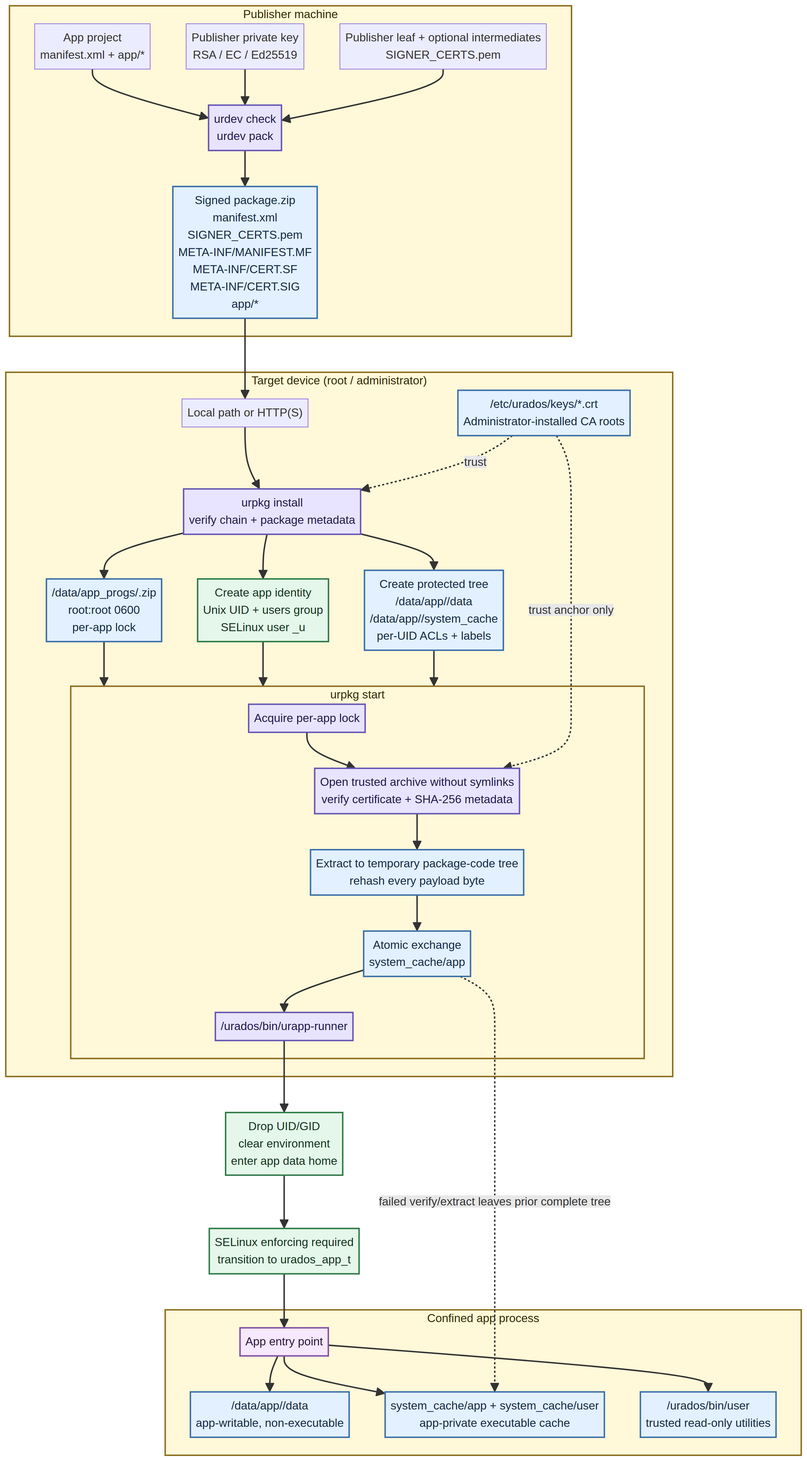
project-urados/Urados keeps this Mermaid diagram as docs/images/flow.png. Above is the earlier version. Its source is kept beside it as docs/images/flow.mmd. The source it was exported from:
```mermaid
flowchart TB
    subgraph PUB[Publisher machine]
        direction TB
        SRC["App project\nmanifest.xml + app/*"]
        KEY["Publisher private key\nRSA / EC / Ed25519"]
        CERT["Publisher leaf + optional intermediates\nSIGNER_CERTS.pem"]
        DEV["urdev check\nurdev pack"]
        ZIP["Signed package.zip\nmanifest.xml\nSIGNER_CERTS.pem\nMETA-INF/MANIFEST.MF\nMETA-INF/CERT.SF\nMETA-INF/CERT.SIG\napp/*"]
        SRC --> DEV
        KEY --> DEV
        CERT --> DEV
        DEV --> ZIP
    end

    NET["Local path or HTTP(S)"]
    ZIP --> NET

    subgraph DEVICE["Target device (root / administrator)"]
        direction TB
        ROOTS["/etc/urados/keys/*.crt\nAdministrator-installed CA roots"]
        INSTALL["urpkg install\nverify chain + package metadata"]
        TRUST["/data/app_progs/<name>.zip\nroot:root 0600\nper-app lock"]
        ID["Create app identity\nUnix UID + users group"]
        TREE["Create protected tree\n/data/app/<name>/data\n/data/app/<name>/system_cache\nper-UID ACLs + labels"]
        NET --> INSTALL
        ROOTS -. trust .-> INSTALL
        INSTALL --> TRUST
        INSTALL --> ID
        INSTALL --> TREE
        TRUST --> START
        ID --> START
        TREE --> START

        subgraph START["urpkg start <name>"]
            direction TB
            LOCK["Acquire per-app lock"]
            VERIFY["Open trusted archive without symlinks\nverify certificate + SHA-256 metadata"]
            STAGE["Extract to temporary package-code tree\nrehash every payload byte"]
            PUBLISH["Atomic exchange\nsystem_cache/app"]
            RUNNER["Forked child: drop UID/GID\nno_new_privs, then exec entry"]
            LOCK --> VERIFY --> STAGE --> PUBLISH --> RUNNER
        end
    end

    ROOTS -. "trust anchor only" .-> VERIFY
    RUNNER --> DROP["Clear environment\nenter app data home"]

    subgraph APP["Confined app process"]
        direction TB
        PROCESS["App entry point"]
        DATA["/data/app/<name>/data\napp-private, UID ACL"]
        CACHE["system_cache/app + system_cache/user\napp-private executable cache"]
        UTILS["/urados/bin/user\ntrusted read-only utilities"]
        PROCESS --> DATA
        PROCESS --> CACHE
        PROCESS --> UTILS
    end

    DROP --> PROCESS
    PUBLISH -. "failed verify/extract leaves prior complete tree" .-> CACHE

    classDef boundary fill:#fff8d9,stroke:#8a6d1d,color:#332b00,stroke-width:2px;
    classDef command fill:#e8e4ff,stroke:#6656b3,color:#21194d,stroke-width:2px;
    classDef storage fill:#e3f0ff,stroke:#3b6ea8,color:#132b45,stroke-width:2px;
    classDef security fill:#e5f7ea,stroke:#2d7a46,color:#12351d,stroke-width:2px;
    classDef app fill:#f5e8ff,stroke:#8050a8,color:#30153f,stroke-width:2px;

    class PUB,DEVICE,START,APP boundary;
    class DEV,INSTALL,VERIFY,LOCK,RUNNER command;
    class ZIP,ROOTS,TRUST,TREE,STAGE,PUBLISH,DATA,CACHE,UTILS storage;
    class ID,DROP,TRANSITION security;
    class PROCESS app;
```
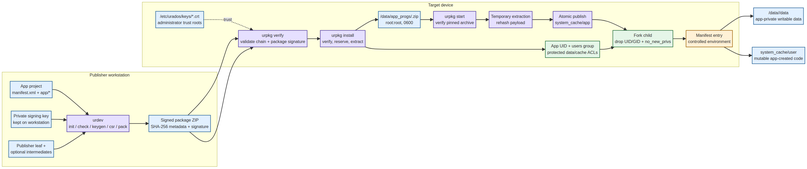
The same file after the commit.

Commit message:
Document package manager and Uinit workflows

Diff of the diagram source:
```diff
@@ -1,72 +1,46 @@
-flowchart TB
-    subgraph PUB[Publisher machine]
+flowchart LR
+    subgraph DEV[Publisher workstation]
         direction TB
-        SRC["App project\nmanifest.xml + app/*"]
-        KEY["Publisher private key\nRSA / EC / Ed25519"]
-        CERT["Publisher leaf + optional intermediates\nSIGNER_CERTS.pem"]
-        DEV["urdev check\nurdev pack"]
-        ZIP["Signed package.zip\nmanifest.xml\nSIGNER_CERTS.pem\nMETA-INF/MANIFEST.MF\nMETA-INF/CERT.SF\nMETA-INF/CERT.SIG\napp/*"]
-        SRC --> DEV
-        KEY --> DEV
-        CERT --> DEV
-        DEV --> ZIP
+        PROJECT["App project\nmanifest.xml + app/*"]
+        URDEV["urdev\ninit / check / keygen / csr / pack"]
+        KEY["Private signing key\nkept on workstation"]
+        CHAIN["Publisher leaf +\noptional intermediates"]
+        ZIP["Signed package ZIP\nSHA-256 metadata + signature"]
+        PROJECT --> URDEV
+        KEY --> URDEV
+        CHAIN --> URDEV
+        URDEV --> ZIP
     end
 
-    NET["Local path or HTTP(S)"]
-    ZIP --> NET
+    ZIP --> VERIFY["urpkg verify\nvalidate chain + package signature"]
 
-    subgraph DEVICE["Target device (root / administrator)"]
+    subgraph DEVICE[Target device]
         direction TB
-        ROOTS["/etc/urados/keys/*.crt\nAdministrator-installed CA roots"]
-        INSTALL["urpkg install\nverify chain + package metadata"]
-        TRUST["/data/app_progs/<name>.zip\nroot:root 0600\nper-app lock"]
-        ID["Create app identity\nUnix UID + users group"]
-        TREE["Create protected tree\n/data/app/<name>/data\n/data/app/<name>/system_cache\nper-UID ACLs + labels"]
-        NET --> INSTALL
-        ROOTS -. trust .-> INSTALL
-        INSTALL --> TRUST
+        ROOT["/etc/urados/keys/*.crt\nadministrator trust roots"]
+        INSTALL["urpkg install\nverify, reserve, extract"]
+        ARCHIVE["/data/app_progs/<name>.zip\nroot:root, 0600"]
+        ID["App UID + users group\nprotected data/cache ACLs"]
+        START["urpkg start <name>\nverify pinned archive"]
+        STAGE["Temporary extraction\nrehash payload"]
+        PUBLISH["Atomic publish\nsystem_cache/app"]
+        DROP["Fork child\ndrop UID/GID + no_new_privs"]
+        APP["Manifest entry\ncontrolled environment"]
+        ROOT -. trust .-> VERIFY
+        VERIFY --> INSTALL --> ARCHIVE
         INSTALL --> ID
-        INSTALL --> TREE
-        TRUST --> START
-        ID --> START
-        TREE --> START
-
-        subgraph START["urpkg start <name>"]
-            direction TB
-            LOCK["Acquire per-app lock"]
-            VERIFY["Open trusted archive without symlinks\nverify certificate + SHA-256 metadata"]
-            STAGE["Extract to temporary package-code tree\nrehash every payload byte"]
-            PUBLISH["Atomic exchange\nsystem_cache/app"]
-            RUNNER["Forked child: drop UID/GID\nno_new_privs, then exec entry"]
-            LOCK --> VERIFY --> STAGE --> PUBLISH --> RUNNER
-        end
+        ARCHIVE --> START --> STAGE --> PUBLISH --> DROP --> APP
+        ID --> DROP
     end
 
-    ROOTS -. "trust anchor only" .-> VERIFY
-    RUNNER --> DROP["Clear environment\nenter app data home"]
+    ZIP --> VERIFY
+    APP --> DATA["/data/<name>/data\napp-private writable data"]
+    APP --> CACHE["system_cache/user\nmutable app-created code"]
 
-    subgraph APP["Confined app process"]
-        direction TB
-        PROCESS["App entry point"]
-        DATA["/data/app/<name>/data\napp-private, UID ACL"]
-        CACHE["system_cache/app + system_cache/user\napp-private executable cache"]
-        UTILS["/urados/bin/user\ntrusted read-only utilities"]
-        PROCESS --> DATA
-        PROCESS --> CACHE
-        PROCESS --> UTILS
-    end
-
-    DROP --> PROCESS
-    PUBLISH -. "failed verify/extract leaves prior complete tree" .-> CACHE
-
-    classDef boundary fill:#fff8d9,stroke:#8a6d1d,color:#332b00,stroke-width:2px;
-    classDef command fill:#e8e4ff,stroke:#6656b3,color:#21194d,stroke-width:2px;
-    classDef storage fill:#e3f0ff,stroke:#3b6ea8,color:#132b45,stroke-width:2px;
-    classDef security fill:#e5f7ea,stroke:#2d7a46,color:#12351d,stroke-width:2px;
-    classDef app fill:#f5e8ff,stroke:#8050a8,color:#30153f,stroke-width:2px;
-
-    class PUB,DEVICE,START,APP boundary;
-    class DEV,INSTALL,VERIFY,LOCK,RUNNER command;
-    class ZIP,ROOTS,TRUST,TREE,STAGE,PUBLISH,DATA,CACHE,UTILS storage;
-    class ID,DROP,TRANSITION security;
-    class PROCESS app;
+    classDef command fill:#e6e0ff,stroke:#5e4aa8,stroke-width:2px;
+    classDef storage fill:#e2f0ff,stroke:#316b9e,stroke-width:2px;
+    classDef security fill:#e5f6e8,stroke:#2d7545,stroke-width:2px;
+    classDef process fill:#fff1d6,stroke:#a56b16,stroke-width:2px;
+    class PROJECT,KEY,CHAIN,ZIP,ROOT,ARCHIVE,DATA,CACHE storage;
+    class URDEV,VERIFY,INSTALL,START,STAGE,PUBLISH command;
+    class ID,DROP security;
+    class APP process;
```
